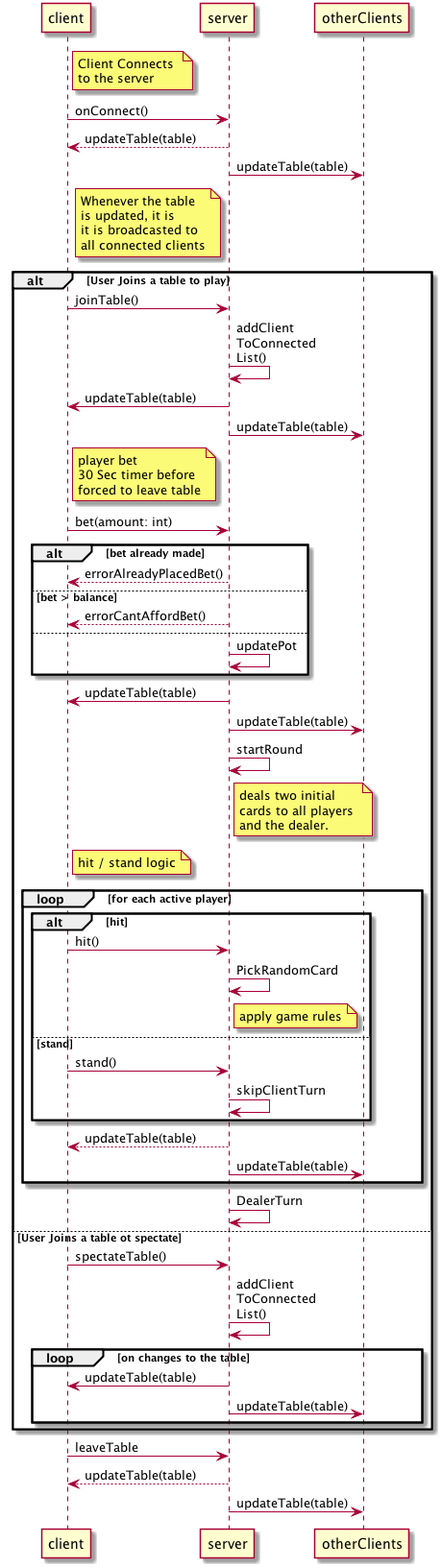
icefire1/hazardhulen.io keeps this PlantUML diagram as Documentation/sequence.png. Above is the earlier version.
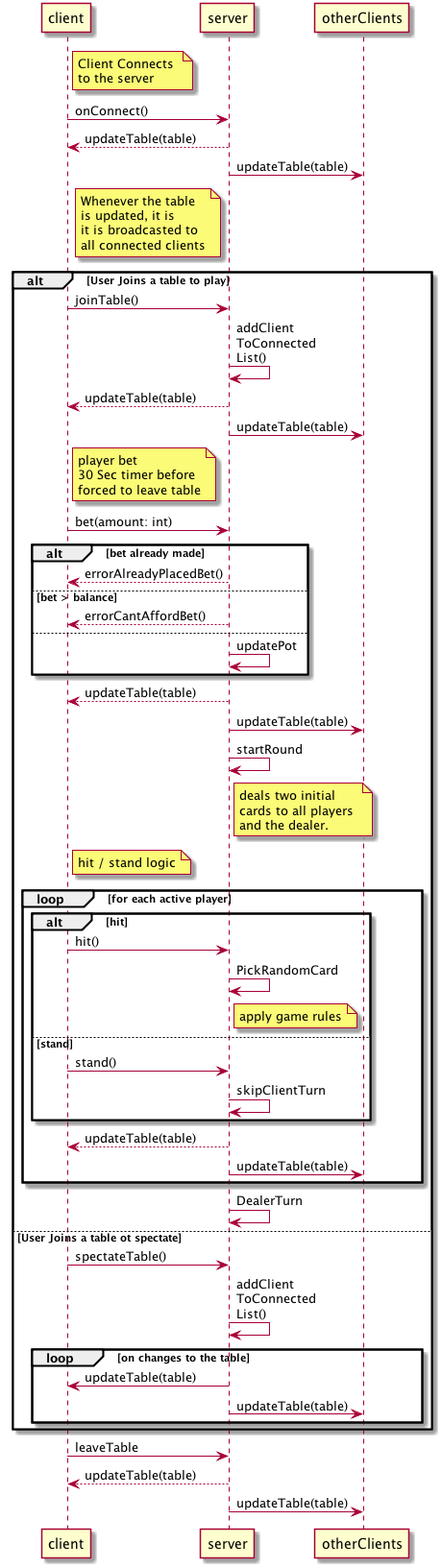
The same diagram one commit later.

Change to the diagram source:
```diff
@@ -12,7 +12,7 @@
 alt User Joins a table to play
 c -> s: joinTable()
 s -> s: addClient\nToConnected\nList()
-s -> c: updateTable(table)
+s --> c: updateTable(table)
 s -> oc: updateTable(table)
 
 note right of c: player bet\n30 Sec timer before \nforced to leave table
@@ -24,7 +24,7 @@
 else
 s -> s: updatePot
 end
-s -> c: updateTable(table)
+s --> c: updateTable(table)
 s -> oc: updateTable(table)
 
 
```
